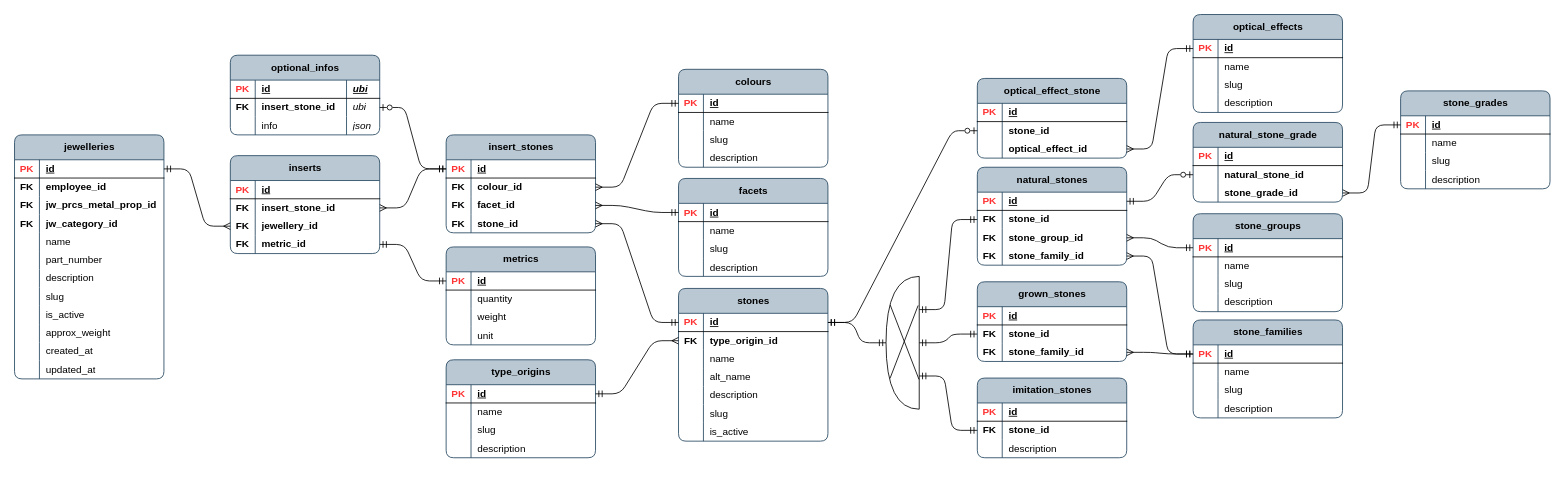
This is page "psql_inserts" (2 of 15) of publisher/laravel-app/psql_jewellery_items.drawio from Local-development-environment/msg-brokers-publisher-consumer, a draw.io file, before an edit. Source tidied: cells renumbered, new cells numbered last; positions are measured from the earlier drawing's top-left corner, leaving out a move shared by most shapes. Both pictures are drawn from the tidied source at 83%, with x=0, y=0 at pixel (14, 14).
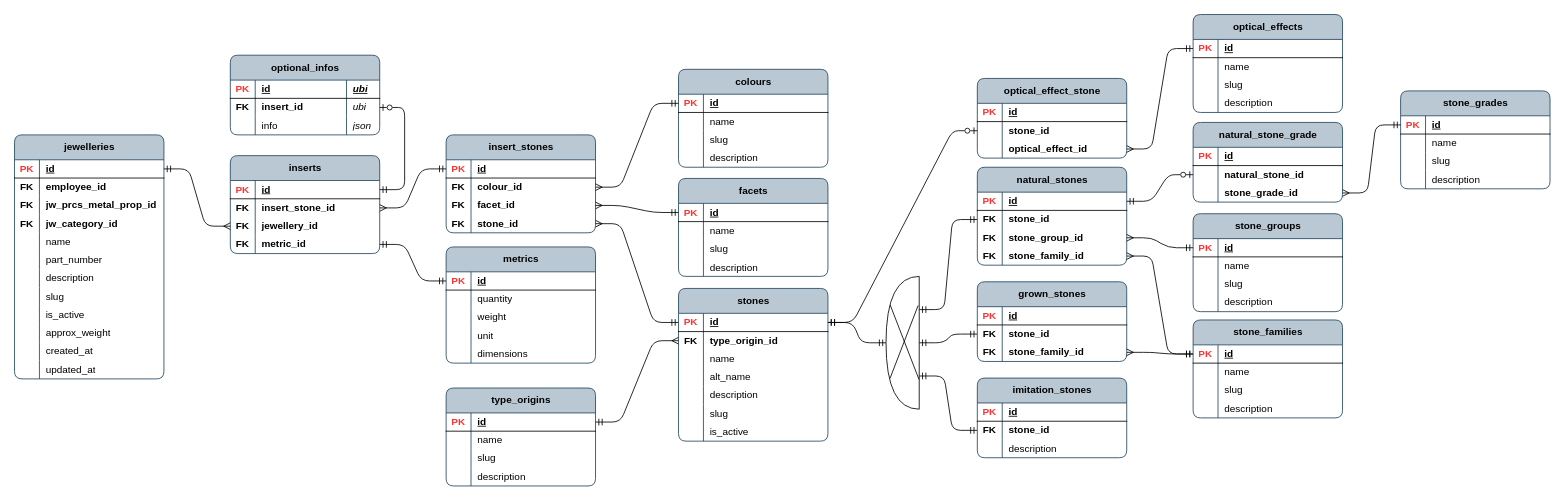
After the change.

Unchanged cells that the change refers to:
```xml
<mxCell id="92" style="shape=tableRow;horizontal=0;startSize=0;swimlaneHead=0;swimlaneBody=0;fillColor=none;points=[[0,0.5],[1,0.5]];portConstraint=eastwest;top=0;left=0;right=0;bottom=1;rounded=1;labelBackgroundColor=none;swimlaneFillColor=none;strokeColor=default;shadow=0;" parent="91" vertex="1">
  <mxGeometry y="30" width="180" height="22" as="geometry" />
</mxCell>
<mxCell id="158" style="shape=tableRow;horizontal=0;startSize=0;swimlaneHead=0;swimlaneBody=0;fillColor=none;points=[[0,0.5],[1,0.5]];portConstraint=eastwest;top=0;left=0;right=0;bottom=1;rounded=1;labelBackgroundColor=none;swimlaneFillColor=none;strokeColor=default;shadow=0;" parent="157" vertex="1">
  <mxGeometry y="30" width="180" height="22" as="geometry" />
</mxCell>
<mxCell id="233" style="shape=tableRow;horizontal=0;startSize=0;swimlaneHead=0;swimlaneBody=0;fillColor=none;points=[[0,0.5],[1,0.5]];portConstraint=eastwest;top=0;left=0;right=0;bottom=0;rounded=1;labelBackgroundColor=none;" parent="228" vertex="1">
  <mxGeometry y="52" width="180" height="22" as="geometry" />
</mxCell>
```

What changed in the source:
```diff
@@
     <mxCell id="24" value="type_origins" style="shape=table;startSize=30;childLayout=tableLayout;rowLines=0;fontStyle=1;align=center;html=1;rounded=1;labelBackgroundColor=none;swimlaneFillColor=none;fillColor=#bac8d3;strokeColor=#23445d;arcSize=10;" parent="1" vertex="1">
-      <mxGeometry x="520" y="416" width="180" height="118" as="geometry" />
+      <mxGeometry x="520" y="450" width="180" height="118" as="geometry" />
     </mxCell>
@@
     <mxCell id="214" value="metrics" style="shape=table;startSize=30;childLayout=tableLayout;rowLines=0;fontStyle=1;align=center;html=1;rounded=1;labelBackgroundColor=none;swimlaneFillColor=none;fillColor=#bac8d3;strokeColor=#23445d;arcSize=10;" parent="1" vertex="1">
-      <mxGeometry x="520" y="280" width="180" height="118" as="geometry" />
+      <mxGeometry x="520" y="280" width="180" height="140" as="geometry" />
     </mxCell>
@@
+    <mxCell id="279" style="shape=tableRow;horizontal=0;startSize=0;swimlaneHead=0;swimlaneBody=0;fillColor=none;top=0;left=0;right=0;bottom=0;rounded=1;labelBackgroundColor=none;" parent="214" vertex="1">
+      <mxGeometry y="118" width="180" height="22" as="geometry" />
+    </mxCell>
+    <mxCell id="280" style="shape=partialRectangle;fillColor=none;top=0;left=0;bottom=0;right=0;overflow=hidden;whiteSpace=wrap;html=1;rounded=1;labelBackgroundColor=none;" parent="279" vertex="1">
+      <mxGeometry width="30" height="22" as="geometry" />
+    </mxCell>
+    <mxCell id="281" value="dimensions" style="shape=partialRectangle;fillColor=none;top=0;left=0;bottom=0;right=0;align=left;spacingLeft=6;overflow=hidden;whiteSpace=wrap;html=1;rounded=1;labelBackgroundColor=none;" parent="279" vertex="1">
+      <mxGeometry x="30" width="150" height="22" as="geometry" />
+    </mxCell>
@@
-    <mxCell id="235" value="&lt;b&gt;insert_stone_id&lt;/b&gt;" style="shape=partialRectangle;fillColor=none;top=0;left=0;bottom=0;right=0;align=left;spacingLeft=6;overflow=hidden;whiteSpace=wrap;html=1;rounded=1;labelBackgroundColor=none;" parent="233" vertex="1">
+    <mxCell id="235" value="&lt;b&gt;insert_id&lt;/b&gt;" style="shape=partialRectangle;fillColor=none;top=0;left=0;bottom=0;right=0;align=left;spacingLeft=6;overflow=hidden;whiteSpace=wrap;html=1;rounded=1;labelBackgroundColor=none;" parent="233" vertex="1">
       <mxGeometry x="30" width="110" height="22" as="geometry" />
     </mxCell>
@@
-    <mxCell id="241" style="edgeStyle=entityRelationEdgeStyle;fontSize=12;html=1;endArrow=ERzeroToOne;startArrow=ERmandOne;rounded=1;curved=0;perimeterSpacing=0;exitX=0;exitY=0.5;exitDx=0;exitDy=0;endFill=0;entryX=1;entryY=0.5;entryDx=0;entryDy=0;" parent="1" edge="1" source="92" target="233">
+    <mxCell id="241" style="edgeStyle=entityRelationEdgeStyle;fontSize=12;html=1;endArrow=ERzeroToOne;startArrow=ERmandOne;rounded=1;curved=0;perimeterSpacing=0;exitX=1;exitY=0.5;exitDx=0;exitDy=0;endFill=0;entryX=1;entryY=0.5;entryDx=0;entryDy=0;" parent="1" edge="1" source="158" target="233">
       <mxGeometry relative="1" as="geometry" />
     </mxCell>
```
